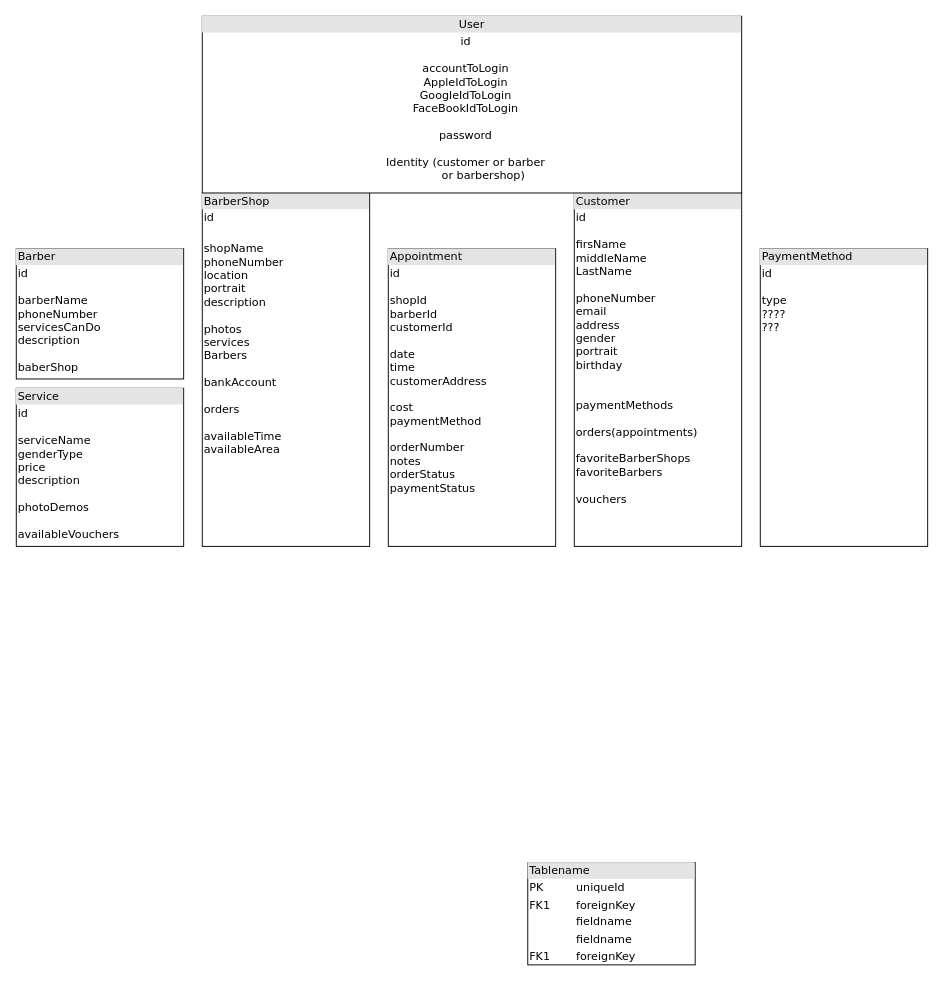
Before: 04_Implementing/Model.drawio in GuangzheWen/summerProject, a draw.io diagram. Source tidied: cells renumbered, new cells numbered last; positions are measured from the earlier drawing's top-left corner, leaving out a move shared by most shapes. Both pictures are drawn from the tidied source at 93%, with x=0, y=0 at pixel (16, 16).
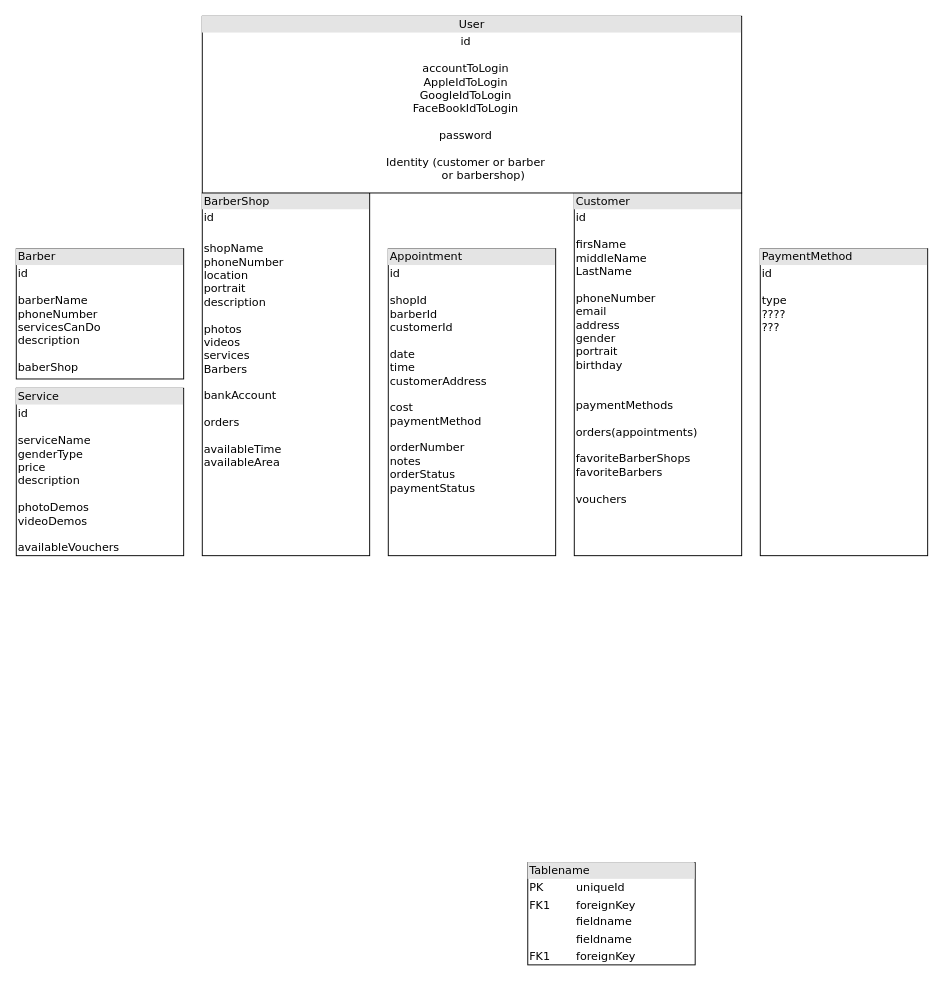
After the change.

What changed in the source:
```diff
@@
 <mxGraphModel background="#ffffff">
   <root>
     <mxCell id="0" />
     <mxCell id="1" parent="0" />
-    <mxCell id="2" value="&lt;div style=&quot;box-sizing: border-box ; width: 100% ; background: #e4e4e4 ; padding: 2px&quot;&gt;BarberShop&lt;/div&gt;&lt;table style=&quot;width: 100% ; font-size: 1em&quot; cellpadding=&quot;2&quot; cellspacing=&quot;0&quot;&gt;&lt;tbody&gt;&lt;tr&gt;&lt;td&gt;id&lt;br&gt;&lt;br&gt;&lt;/td&gt;&lt;td&gt;&lt;br&gt;&lt;/td&gt;&lt;/tr&gt;&lt;tr&gt;&lt;td&gt;shopName&lt;br&gt;phoneNumber&lt;br&gt;location&lt;br&gt;portrait&lt;br&gt;description&lt;br&gt;&lt;br&gt;photos&lt;br&gt;services&lt;br&gt;Barbers&lt;br&gt;&lt;br&gt;bankAccount&lt;br&gt;&lt;br&gt;orders&lt;br&gt;&lt;br&gt;availableTime&lt;br&gt;availableArea&lt;/td&gt;&lt;td&gt;&lt;br&gt;&lt;/td&gt;&lt;/tr&gt;&lt;tr&gt;&lt;td&gt;&lt;/td&gt;&lt;td&gt;&lt;br&gt;&lt;/td&gt;&lt;/tr&gt;&lt;/tbody&gt;&lt;/table&gt;" style="verticalAlign=top;align=left;overflow=fill;html=1;rounded=0;shadow=0;comic=0;labelBackgroundColor=none;strokeWidth=1;fontFamily=Verdana;fontSize=12;" parent="1" vertex="1">
-      <mxGeometry x="200" y="190" width="180" height="380" as="geometry" />
+    <mxCell id="2" value="&lt;div style=&quot;box-sizing: border-box ; width: 100% ; background: #e4e4e4 ; padding: 2px&quot;&gt;BarberShop&lt;/div&gt;&lt;table style=&quot;width: 100% ; font-size: 1em&quot; cellpadding=&quot;2&quot; cellspacing=&quot;0&quot;&gt;&lt;tbody&gt;&lt;tr&gt;&lt;td&gt;id&lt;br&gt;&lt;br&gt;&lt;/td&gt;&lt;td&gt;&lt;br&gt;&lt;/td&gt;&lt;/tr&gt;&lt;tr&gt;&lt;td&gt;shopName&lt;br&gt;phoneNumber&lt;br&gt;location&lt;br&gt;portrait&lt;br&gt;description&lt;br&gt;&lt;br&gt;photos&lt;br&gt;videos&lt;br&gt;services&lt;br&gt;Barbers&lt;br&gt;&lt;br&gt;bankAccount&lt;br&gt;&lt;br&gt;orders&lt;br&gt;&lt;br&gt;availableTime&lt;br&gt;availableArea&lt;/td&gt;&lt;td&gt;&lt;br&gt;&lt;/td&gt;&lt;/tr&gt;&lt;tr&gt;&lt;td&gt;&lt;/td&gt;&lt;td&gt;&lt;br&gt;&lt;/td&gt;&lt;/tr&gt;&lt;/tbody&gt;&lt;/table&gt;" style="verticalAlign=top;align=left;overflow=fill;html=1;rounded=0;shadow=0;comic=0;labelBackgroundColor=none;strokeWidth=1;fontFamily=Verdana;fontSize=12;" parent="1" vertex="1">
+      <mxGeometry x="200" y="190" width="180" height="390" as="geometry" />
     </mxCell>
     <mxCell id="3" value="&lt;div style=&quot;box-sizing: border-box ; width: 100% ; background: #e4e4e4 ; padding: 2px&quot;&gt;Barber&lt;/div&gt;&lt;table style=&quot;width: 100% ; font-size: 1em&quot; cellpadding=&quot;2&quot; cellspacing=&quot;0&quot;&gt;&lt;tbody&gt;&lt;tr&gt;&lt;td&gt;id&lt;br&gt;&lt;br&gt;barberName&lt;br&gt;phoneNumber&lt;br&gt;servicesCanDo&lt;br&gt;description&lt;br&gt;&lt;br&gt;baberShop&lt;/td&gt;&lt;td&gt;&lt;/td&gt;&lt;/tr&gt;&lt;/tbody&gt;&lt;/table&gt;" style="verticalAlign=top;align=left;overflow=fill;html=1;rounded=0;shadow=0;comic=0;labelBackgroundColor=none;strokeWidth=1;fontFamily=Verdana;fontSize=12;" parent="1" vertex="1">
       <mxGeometry y="250" width="180" height="140" as="geometry" />
     </mxCell>
-    <mxCell id="4" value="&lt;div style=&quot;box-sizing: border-box ; width: 100% ; background: #e4e4e4 ; padding: 2px&quot;&gt;Service&lt;/div&gt;&lt;table style=&quot;width: 100% ; font-size: 1em&quot; cellpadding=&quot;2&quot; cellspacing=&quot;0&quot;&gt;&lt;tbody&gt;&lt;tr&gt;&lt;td&gt;id&lt;br&gt;&lt;br&gt;serviceName&lt;br&gt;genderType&lt;br&gt;price&lt;br&gt;description&lt;br&gt;&lt;br&gt;photoDemos&lt;br&gt;&lt;br&gt;availableVouchers&lt;br&gt;&lt;br&gt;&lt;br&gt;&lt;br&gt;&lt;br&gt;&lt;br&gt;&lt;/td&gt;&lt;td&gt;&lt;/td&gt;&lt;/tr&gt;&lt;tr&gt;&lt;td&gt;&lt;/td&gt;&lt;td&gt;&lt;br&gt;&lt;br&gt;&lt;/td&gt;&lt;/tr&gt;&lt;/tbody&gt;&lt;/table&gt;" style="verticalAlign=top;align=left;overflow=fill;html=1;rounded=0;shadow=0;comic=0;labelBackgroundColor=none;strokeWidth=1;fontFamily=Verdana;fontSize=12;" parent="1" vertex="1">
-      <mxGeometry y="400" width="180" height="170" as="geometry" />
+    <mxCell id="4" value="&lt;div style=&quot;box-sizing: border-box ; width: 100% ; background: #e4e4e4 ; padding: 2px&quot;&gt;Service&lt;/div&gt;&lt;table style=&quot;width: 100% ; font-size: 1em&quot; cellpadding=&quot;2&quot; cellspacing=&quot;0&quot;&gt;&lt;tbody&gt;&lt;tr&gt;&lt;td&gt;id&lt;br&gt;&lt;br&gt;serviceName&lt;br&gt;genderType&lt;br&gt;price&lt;br&gt;description&lt;br&gt;&lt;br&gt;photoDemos&lt;br&gt;videoDemos&lt;br&gt;&lt;br&gt;availableVouchers&lt;br&gt;&lt;br&gt;&lt;br&gt;&lt;br&gt;&lt;br&gt;&lt;br&gt;&lt;/td&gt;&lt;td&gt;&lt;/td&gt;&lt;/tr&gt;&lt;tr&gt;&lt;td&gt;&lt;/td&gt;&lt;td&gt;&lt;br&gt;&lt;br&gt;&lt;/td&gt;&lt;/tr&gt;&lt;/tbody&gt;&lt;/table&gt;" style="verticalAlign=top;align=left;overflow=fill;html=1;rounded=0;shadow=0;comic=0;labelBackgroundColor=none;strokeWidth=1;fontFamily=Verdana;fontSize=12;" parent="1" vertex="1">
+      <mxGeometry y="400" width="180" height="180" as="geometry" />
     </mxCell>
     <mxCell id="5" value="&lt;div style=&quot;box-sizing: border-box ; width: 100% ; background: #e4e4e4 ; padding: 2px&quot;&gt;PaymentMethod&lt;/div&gt;&lt;table style=&quot;width: 100% ; font-size: 1em&quot; cellpadding=&quot;2&quot; cellspacing=&quot;0&quot;&gt;&lt;tbody&gt;&lt;tr&gt;&lt;td&gt;id&lt;br&gt;&lt;br&gt;type&lt;br&gt;????&lt;br&gt;???&lt;br&gt;&lt;br&gt;&lt;/td&gt;&lt;td&gt;&lt;/td&gt;&lt;/tr&gt;&lt;/tbody&gt;&lt;/table&gt;" style="verticalAlign=top;align=left;overflow=fill;html=1;rounded=0;shadow=0;comic=0;labelBackgroundColor=none;strokeWidth=1;fontFamily=Verdana;fontSize=12;" parent="1" vertex="1">
-      <mxGeometry x="800" y="250" width="180" height="320" as="geometry" />
+      <mxGeometry x="800" y="250" width="180" height="330" as="geometry" />
     </mxCell>
     <mxCell id="6" value="&lt;div style=&quot;box-sizing: border-box ; width: 100% ; background: #e4e4e4 ; padding: 2px&quot;&gt;Tablename&lt;/div&gt;&lt;table style=&quot;width: 100% ; font-size: 1em&quot; cellpadding=&quot;2&quot; cellspacing=&quot;0&quot;&gt;&lt;tbody&gt;&lt;tr&gt;&lt;td&gt;PK&lt;/td&gt;&lt;td&gt;uniqueId&lt;/td&gt;&lt;/tr&gt;&lt;tr&gt;&lt;td&gt;FK1&lt;/td&gt;&lt;td&gt;foreignKey&lt;/td&gt;&lt;/tr&gt;&lt;tr&gt;&lt;td&gt;&lt;/td&gt;&lt;td&gt;fieldname&lt;/td&gt;&lt;/tr&gt;&lt;tr&gt;&lt;td&gt;&lt;br&gt;&lt;/td&gt;&lt;td&gt;fieldname&lt;br&gt;&lt;/td&gt;&lt;/tr&gt;&lt;tr&gt;&lt;td&gt;FK1&lt;br&gt;&lt;/td&gt;&lt;td&gt;foreignKey&lt;br&gt;&lt;/td&gt;&lt;/tr&gt;&lt;/tbody&gt;&lt;/table&gt;" style="verticalAlign=top;align=left;overflow=fill;html=1;rounded=0;shadow=0;comic=0;labelBackgroundColor=none;strokeWidth=1;fontFamily=Verdana;fontSize=12;" parent="1" vertex="1">
       <mxGeometry x="550" y="910" width="180" height="110" as="geometry" />
     </mxCell>
     <mxCell id="7" value="&lt;div style=&quot;box-sizing: border-box ; width: 100% ; background: #e4e4e4 ; padding: 2px&quot;&gt;Customer&lt;/div&gt;&lt;table style=&quot;width: 100% ; font-size: 1em&quot; cellpadding=&quot;2&quot; cellspacing=&quot;0&quot;&gt;&lt;tbody&gt;&lt;tr&gt;&lt;td&gt;id&lt;br&gt;&lt;br&gt;firsName&lt;br&gt;middleName&lt;br&gt;LastName&lt;br&gt;&lt;br&gt;phoneNumber&lt;br&gt;email&lt;br&gt;address&lt;br&gt;gender&lt;br&gt;portrait&lt;br&gt;birthday&lt;br&gt;&lt;br&gt;&lt;br&gt;paymentMethods&lt;br&gt;&lt;br&gt;orders(appointments)&lt;br&gt;&lt;br&gt;favoriteBarberShops&lt;br&gt;favoriteBarbers&lt;br&gt;&lt;br&gt;vouchers&lt;/td&gt;&lt;td&gt;&lt;/td&gt;&lt;/tr&gt;&lt;/tbody&gt;&lt;/table&gt;" style="verticalAlign=top;align=left;overflow=fill;html=1;rounded=0;shadow=0;comic=0;labelBackgroundColor=none;strokeWidth=1;fontFamily=Verdana;fontSize=12;" parent="1" vertex="1">
-      <mxGeometry x="600" y="190" width="180" height="380" as="geometry" />
+      <mxGeometry x="600" y="190" width="180" height="390" as="geometry" />
     </mxCell>
     <mxCell id="8" value="&lt;div style=&quot;box-sizing: border-box ; width: 100% ; background: #e4e4e4 ; padding: 2px&quot;&gt;User&lt;/div&gt;&lt;table style=&quot;width: 100% ; font-size: 1em&quot; cellpadding=&quot;2&quot; cellspacing=&quot;0&quot;&gt;&lt;tbody&gt;&lt;tr&gt;&lt;td&gt;id&lt;br&gt;&lt;br&gt;accountToLogin&lt;br&gt;AppleIdToLogin&lt;br&gt;GoogleIdToLogin&lt;br&gt;FaceBookIdToLogin&lt;br&gt;&lt;br&gt;password&lt;br&gt;&lt;br&gt;Identity (customer or barber &lt;br&gt;&amp;nbsp; &amp;nbsp; &amp;nbsp; &amp;nbsp; &amp;nbsp; or barbershop)&lt;br&gt;&lt;br&gt;&lt;br&gt;&lt;/td&gt;&lt;td&gt;&lt;/td&gt;&lt;/tr&gt;&lt;/tbody&gt;&lt;/table&gt;" style="verticalAlign=top;align=center;overflow=fill;html=1;rounded=0;shadow=0;comic=0;labelBackgroundColor=none;strokeWidth=1;fontFamily=Verdana;fontSize=12;" parent="1" vertex="1">
       <mxGeometry x="200" width="580" height="190" as="geometry" />
     </mxCell>
     <mxCell id="9" value="&lt;div style=&quot;box-sizing: border-box ; width: 100% ; background: #e4e4e4 ; padding: 2px&quot;&gt;Appointment&lt;/div&gt;&lt;table style=&quot;width: 100% ; font-size: 1em&quot; cellpadding=&quot;2&quot; cellspacing=&quot;0&quot;&gt;&lt;tbody&gt;&lt;tr&gt;&lt;td&gt;id&lt;br&gt;&lt;br&gt;shopId&lt;br&gt;barberId&lt;br&gt;customerId&lt;br&gt;&lt;br&gt;date&lt;br&gt;time&lt;br&gt;customerAddress&lt;br&gt;&lt;br&gt;cost&lt;br&gt;paymentMethod&lt;br&gt;&lt;br&gt;orderNumber&lt;br&gt;notes&lt;br&gt;orderStatus&lt;br&gt;paymentStatus&lt;br&gt;&lt;br&gt;&lt;br&gt;&lt;br&gt;&lt;/td&gt;&lt;td&gt;&lt;/td&gt;&lt;/tr&gt;&lt;/tbody&gt;&lt;/table&gt;" style="verticalAlign=top;align=left;overflow=fill;html=1;rounded=0;shadow=0;comic=0;labelBackgroundColor=none;strokeWidth=1;fontFamily=Verdana;fontSize=12;" parent="1" vertex="1">
-      <mxGeometry x="400" y="250" width="180" height="320" as="geometry" />
+      <mxGeometry x="400" y="250" width="180" height="330" as="geometry" />
     </mxCell>
   </root>
 </mxGraphModel>
```
